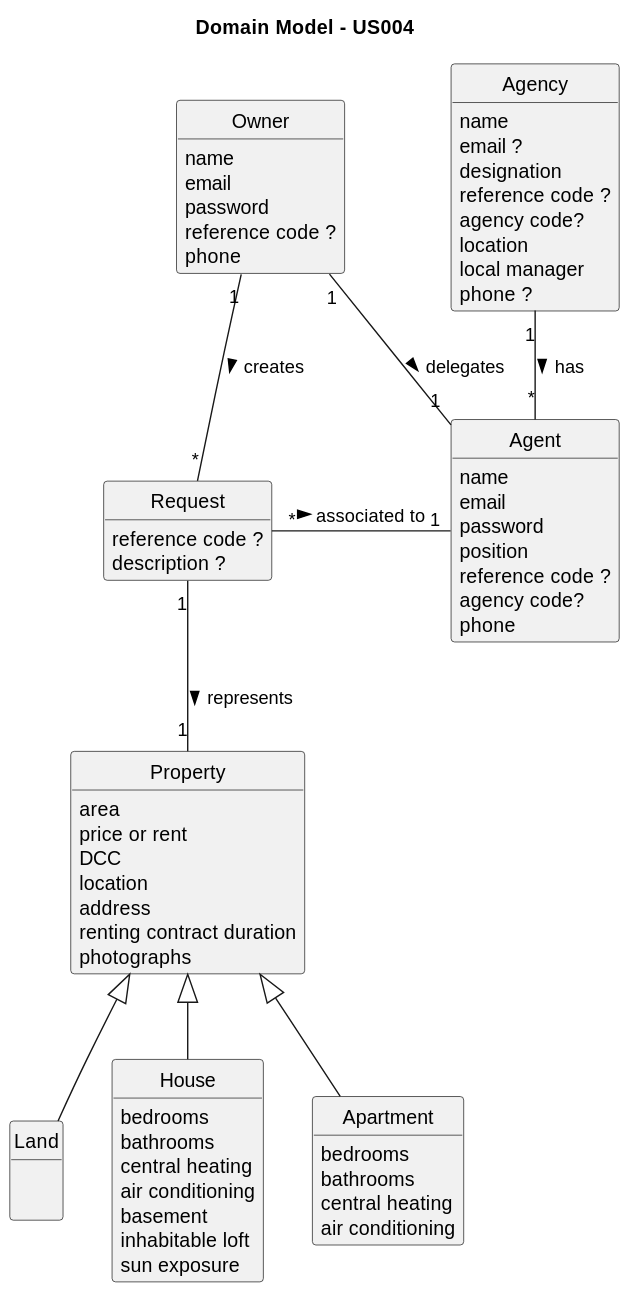
Earlier version of the PlantUML export docs/sprintA/us004/02.analysis/svg/us004-domain-model.svg (rita-barbosa/LAPR2-2223).
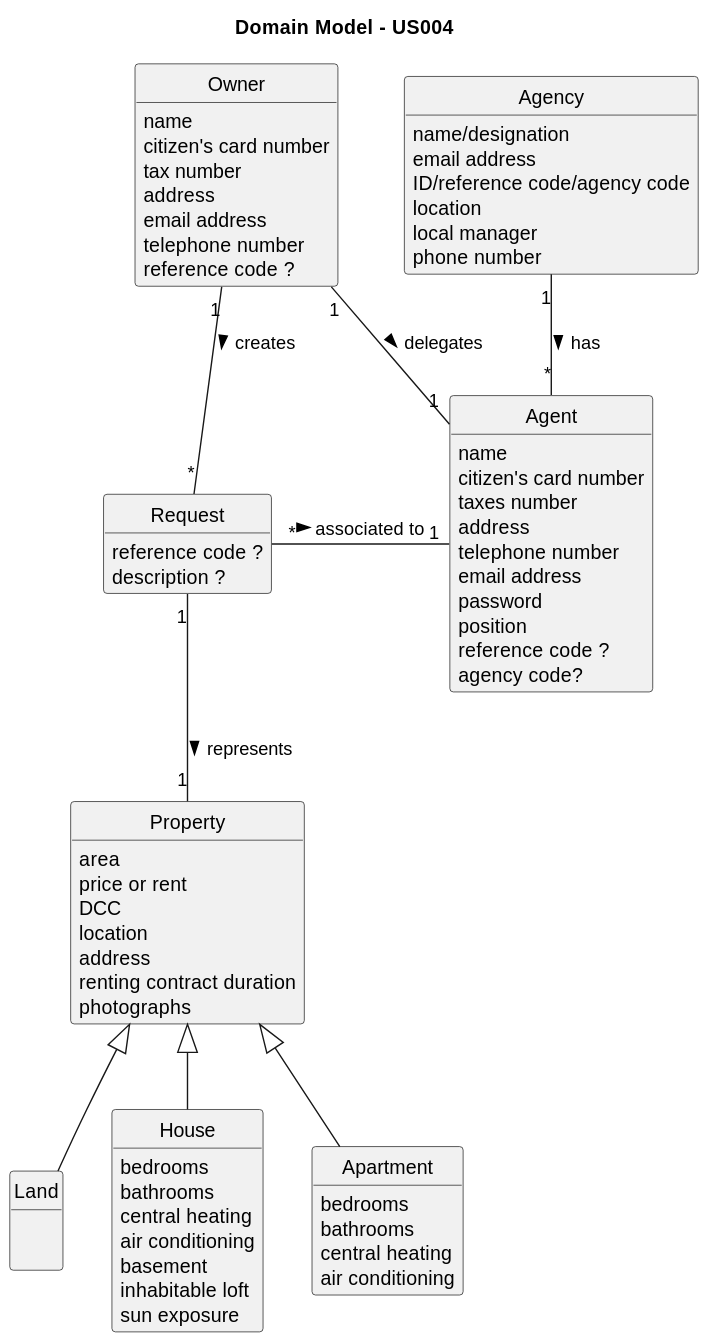
The same diagram one commit later.

Commit message:
Alterations on 'Rationale to identify domain conceptual classes'

Diff of the diagram source:
```diff
@@ -51,23 +51,25 @@
 
 class Agent {
     name
-    email
+    citizen's card number
+    taxes number
+    address
+    telephone number
+    email address
     password
     position
     reference code ?
     agency code?
-    phone
 }
 
+
 class Agency {
-    name
-    email ?
-    designation
-    reference code ?
-    agency code?
+    name/designation
+    email address
+    ID/reference code/agency code
     location
     local manager
-    phone ?
+    phone number
 }
 
 
@@ -75,13 +77,13 @@
 
 class Owner {
     name
-    email
-    password
+    citizen's card number
+    tax number
+    address
+    email address
+    telephone number
     reference code ?
-    phone
 }
-
-
 
 Request "1" -- "1" Property : represents >
 Agency "1" -- "*" Agent : has >
```
